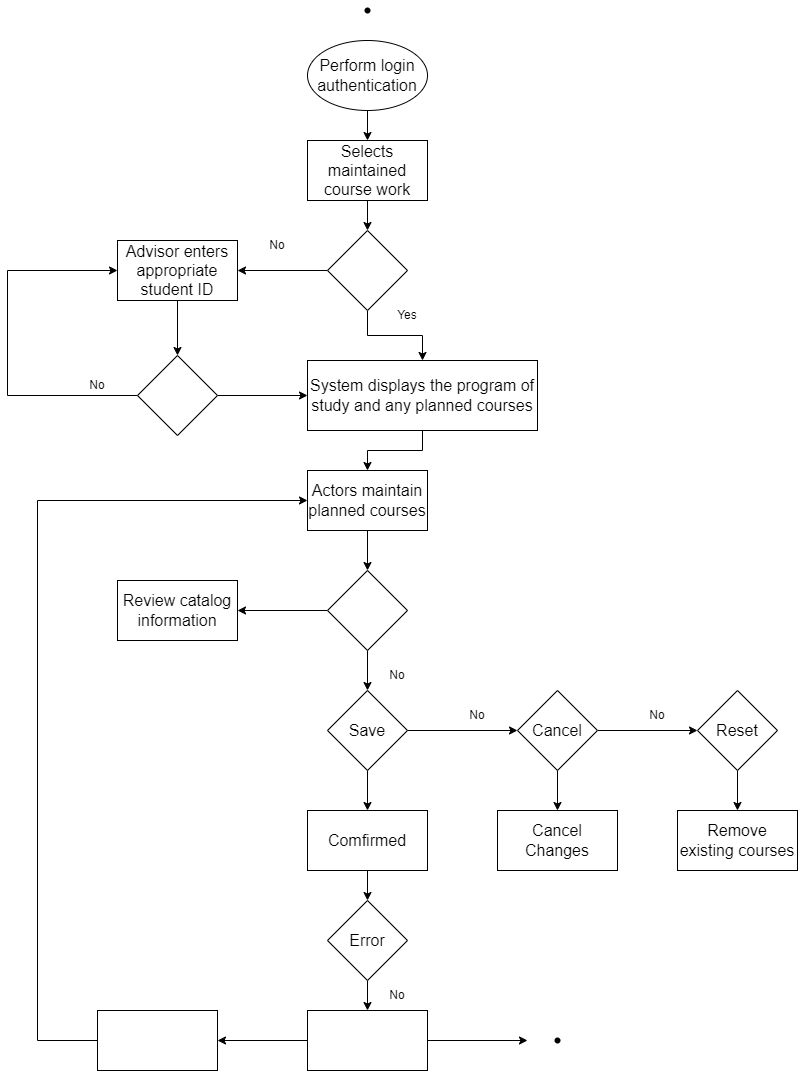
This is Chương 1.png from datnham0212/learning, a draw.io export, as it was before one commit. Source tidied: cells renumbered, new cells last; positions are measured from the earlier drawing's top-left corner, leaving out a move shared by most shapes.
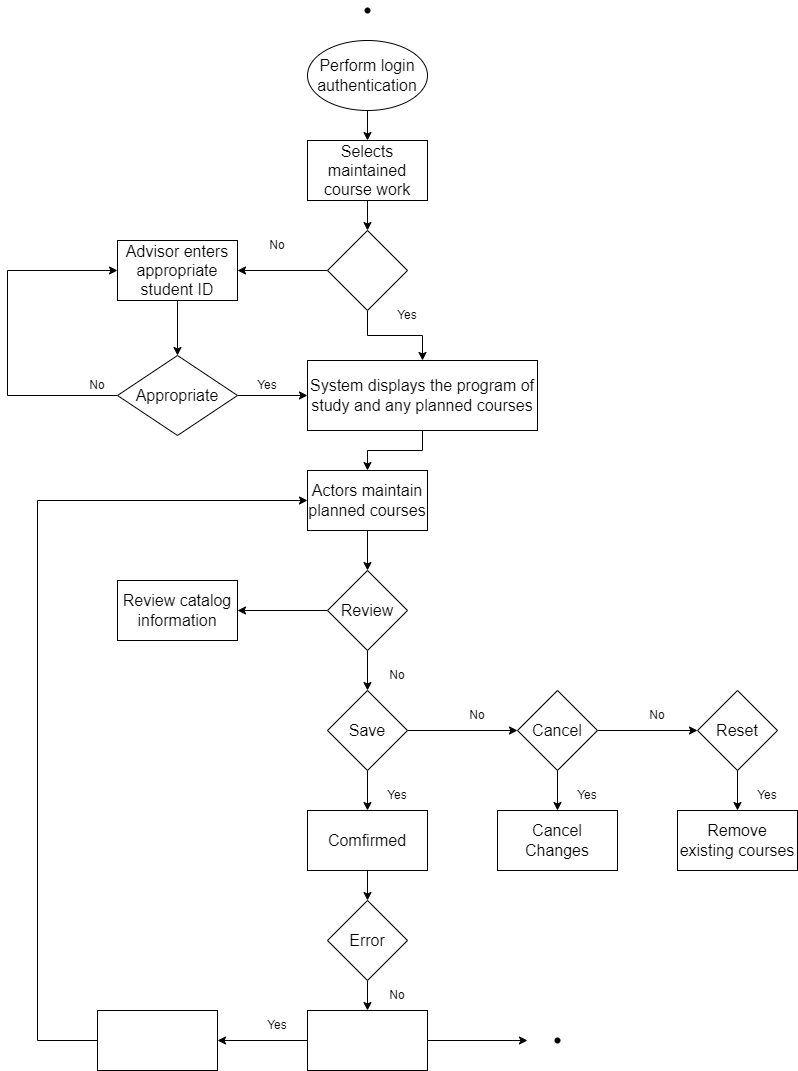
After the commit.

Change to the diagram source:
```diff
@@ -43,8 +43,8 @@
     <mxCell id="13" style="edgeStyle=orthogonalEdgeStyle;rounded=0;jettySize=auto;html=1;entryX=0;entryY=0.5;entryDx=0;entryDy=0;" parent="1" edge="1" source="14" target="16">
       <mxGeometry relative="1" as="geometry" />
     </mxCell>
-    <mxCell id="14" style="rhombus;whiteSpace=wrap;html=1;fontSize=16;" parent="1" vertex="1">
-      <mxGeometry x="130" y="355" width="80" height="80" as="geometry" />
+    <mxCell id="14" value="Appropriate" style="rhombus;whiteSpace=wrap;html=1;fontSize=16;" parent="1" vertex="1">
+      <mxGeometry x="110" y="355" width="120" height="80" as="geometry" />
     </mxCell>
     <mxCell id="15" style="edgeStyle=orthogonalEdgeStyle;rounded=0;jettySize=auto;html=1;" parent="1" edge="1" source="16" target="18">
       <mxGeometry relative="1" as="geometry" />
@@ -73,7 +73,7 @@
     <mxCell id="23" style="edgeStyle=orthogonalEdgeStyle;rounded=0;jettySize=auto;html=1;entryX=0.5;entryY=0;entryDx=0;entryDy=0;" parent="1" edge="1" source="24" target="27">
       <mxGeometry relative="1" as="geometry" />
     </mxCell>
-    <mxCell id="24" style="rhombus;whiteSpace=wrap;html=1;fontSize=16;" parent="1" vertex="1">
+    <mxCell id="24" value="Review" style="rhombus;whiteSpace=wrap;html=1;fontSize=16;" parent="1" vertex="1">
       <mxGeometry x="320" y="570" width="80" height="80" as="geometry" />
     </mxCell>
     <mxCell id="25" style="edgeStyle=orthogonalEdgeStyle;rounded=0;jettySize=auto;html=1;entryX=0;entryY=0.5;entryDx=0;entryDy=0;" parent="1" edge="1" source="27" target="30">
@@ -158,5 +158,20 @@
     <mxCell id="49" value="No" style="text;html=1;strokeColor=none;fillColor=none;align=center;verticalAlign=middle;whiteSpace=wrap;rounded=0;" parent="1" vertex="1">
       <mxGeometry x="360" y="980" width="60" height="30" as="geometry" />
     </mxCell>
+    <mxCell id="50" value="Yes" style="text;html=1;strokeColor=none;fillColor=none;align=center;verticalAlign=middle;whiteSpace=wrap;rounded=0;" parent="1" vertex="1">
+      <mxGeometry x="230" y="370" width="60" height="30" as="geometry" />
+    </mxCell>
+    <mxCell id="51" value="Yes" style="text;html=1;strokeColor=none;fillColor=none;align=center;verticalAlign=middle;whiteSpace=wrap;rounded=0;" parent="1" vertex="1">
+      <mxGeometry x="360" y="780" width="60" height="30" as="geometry" />
+    </mxCell>
+    <mxCell id="52" value="Yes" style="text;html=1;strokeColor=none;fillColor=none;align=center;verticalAlign=middle;whiteSpace=wrap;rounded=0;" parent="1" vertex="1">
+      <mxGeometry x="550" y="780" width="60" height="30" as="geometry" />
+    </mxCell>
+    <mxCell id="53" value="Yes" style="text;html=1;strokeColor=none;fillColor=none;align=center;verticalAlign=middle;whiteSpace=wrap;rounded=0;" parent="1" vertex="1">
+      <mxGeometry x="730" y="780" width="60" height="30" as="geometry" />
+    </mxCell>
+    <mxCell id="54" value="Yes" style="text;html=1;strokeColor=none;fillColor=none;align=center;verticalAlign=middle;whiteSpace=wrap;rounded=0;" parent="1" vertex="1">
+      <mxGeometry x="240" y="1010" width="60" height="30" as="geometry" />
+    </mxCell>
   </root>
 </mxGraphModel>
```
